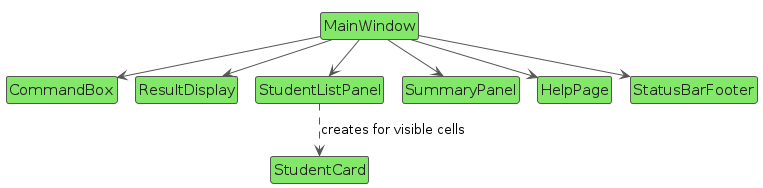
Before: diagrams/UiClassDiagram.png, a diagram exported from PlantUML (AY2627S1-CS2103T-T16-1/tp). Its source is kept beside it as diagrams/UiClassDiagram.puml. The source it was exported from:
```plantuml
@startuml
!include style.puml
!pragma layout smetana
skinparam classBackgroundColor UI_COLOR_T1
skinparam classFontColor #222222
skinparam classBorderColor #555555
skinparam arrowColor #555555
skinparam ArrowFontStyle plain
skinparam nodesep 25
skinparam ranksep 35

class MainWindow
class CommandBox
class ResultDisplay
class StudentListPanel
class StudentCard
class SummaryPanel
class HelpPage
class StatusBarFooter

MainWindow --> CommandBox
MainWindow --> ResultDisplay
MainWindow --> StudentListPanel
MainWindow --> SummaryPanel
MainWindow --> HelpPage
MainWindow --> StatusBarFooter
StudentListPanel ..> StudentCard : creates for visible cells

CommandBox -[hidden]right-> ResultDisplay
ResultDisplay -[hidden]right-> StudentListPanel
SummaryPanel -[hidden]right-> HelpPage
HelpPage -[hidden]right-> StatusBarFooter
@enduml
```
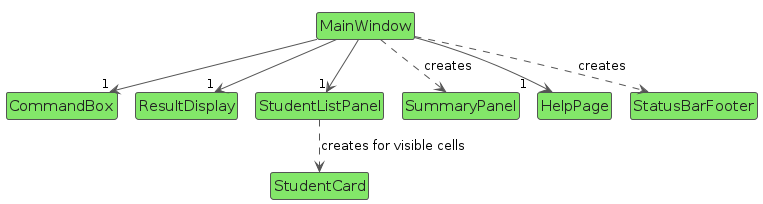
After the commit.

What changed in the source:
```diff
@@ -18,12 +18,12 @@
 class HelpPage
 class StatusBarFooter
 
-MainWindow --> CommandBox
-MainWindow --> ResultDisplay
-MainWindow --> StudentListPanel
-MainWindow --> SummaryPanel
-MainWindow --> HelpPage
-MainWindow --> StatusBarFooter
+MainWindow --> "1" CommandBox
+MainWindow --> "1" ResultDisplay
+MainWindow --> "1" StudentListPanel
+MainWindow ..> SummaryPanel : creates
+MainWindow --> "1      " HelpPage
+MainWindow ..> StatusBarFooter : creates
 StudentListPanel ..> StudentCard : creates for visible cells
 
 CommandBox -[hidden]right-> ResultDisplay
```
